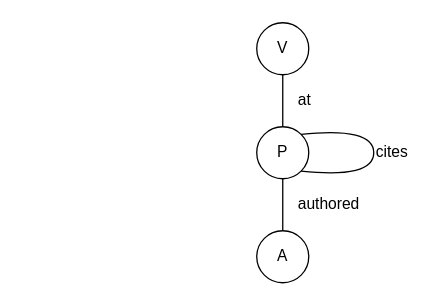
Before: scriptie/images/drawio/jm2017_undiced_pub_view.drawio in XibrenX/MasterThesis, a draw.io diagram. Source tidied: cells renumbered, new cells numbered last; positions are measured from the earlier drawing's top-left corner, leaving out a move shared by most shapes. Both pictures are drawn from the tidied source at 130%, with x=0, y=0 at pixel (256, 22).
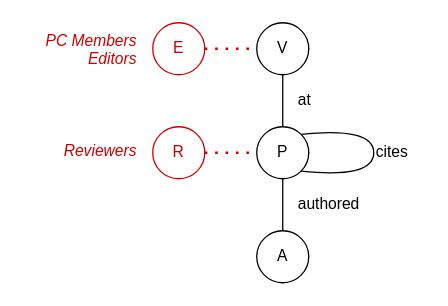
After the change.

The edit, as a diff of the source:
```diff
@@
 <mxGraphModel>
   <root>
     <mxCell id="0" />
     <mxCell id="1" parent="0" />
     <mxCell id="2" value="V" style="ellipse;whiteSpace=wrap;html=1;" parent="1" vertex="1">
       <mxGeometry width="40" height="40" as="geometry" />
     </mxCell>
     <mxCell id="3" value="P" style="ellipse;whiteSpace=wrap;html=1;" parent="1" vertex="1">
       <mxGeometry y="80" width="40" height="40" as="geometry" />
     </mxCell>
     <mxCell id="4" value="A" style="ellipse;whiteSpace=wrap;html=1;" parent="1" vertex="1">
       <mxGeometry y="160" width="40" height="40" as="geometry" />
     </mxCell>
     <mxCell id="5" style="endArrow=none;html=1;exitX=0.5;exitY=0;exitDx=0;exitDy=0;entryX=0.5;entryY=1;entryDx=0;entryDy=0;endFill=0;" parent="1" edge="1" source="4" target="3">
       <mxGeometry relative="1" as="geometry" />
     </mxCell>
     <mxCell id="6" value="authored" style="text;html=1;strokeColor=none;fillColor=none;align=left;verticalAlign=middle;whiteSpace=wrap;rounded=0;" parent="1" vertex="1">
       <mxGeometry x="30" y="130" width="40" height="20" as="geometry" />
     </mxCell>
     <mxCell id="7" style="curved=1;endArrow=none;html=1;exitX=1;exitY=1;exitDx=0;exitDy=0;entryX=1;entryY=0;entryDx=0;entryDy=0;endFill=0;" parent="1" edge="1" source="3" target="3">
       <mxGeometry relative="1" as="geometry">
         <Array as="points">
           <mxPoint x="90" y="120" />
           <mxPoint x="90" y="80" />
         </Array>
       </mxGeometry>
     </mxCell>
     <mxCell id="8" value="cites" style="text;html=1;strokeColor=none;fillColor=none;align=left;verticalAlign=middle;whiteSpace=wrap;rounded=0;" parent="1" vertex="1">
       <mxGeometry x="90" y="90" width="40" height="20" as="geometry" />
     </mxCell>
     <mxCell id="9" style="endArrow=none;html=1;exitX=0.5;exitY=0;exitDx=0;exitDy=0;entryX=0.5;entryY=1;entryDx=0;entryDy=0;endFill=0;" parent="1" edge="1" source="3" target="2">
       <mxGeometry relative="1" as="geometry" />
     </mxCell>
     <mxCell id="10" value="at" style="text;html=1;strokeColor=none;fillColor=none;align=left;verticalAlign=middle;whiteSpace=wrap;rounded=0;" parent="1" vertex="1">
       <mxGeometry x="30" y="50" width="40" height="20" as="geometry" />
     </mxCell>
+    <mxCell id="11" value="PC Members&lt;br&gt;Editors" style="rounded=0;whiteSpace=wrap;html=1;align=right;verticalAlign=top;fontStyle=2;strokeColor=none;fontColor=#CC0000;" parent="1" vertex="1">
+      <mxGeometry x="-180" width="90" height="40" as="geometry" />
+    </mxCell>
+    <mxCell id="12" value="Reviewers" style="rounded=0;whiteSpace=wrap;html=1;align=right;verticalAlign=top;strokeColor=none;fontStyle=2;fontColor=#CC0000;" parent="1" vertex="1">
+      <mxGeometry x="-180" y="85" width="90" height="30" as="geometry" />
+    </mxCell>
+    <mxCell id="13" value="E" style="ellipse;whiteSpace=wrap;html=1;align=center;verticalAlign=middle;fillColor=none;strokeColor=#CC0000;fontColor=#CC0000;" parent="1" vertex="1">
+      <mxGeometry x="-80" width="40" height="40" as="geometry" />
+    </mxCell>
+    <mxCell id="14" value="R" style="ellipse;whiteSpace=wrap;html=1;align=center;verticalAlign=middle;fontColor=#CC0000;fillColor=none;strokeColor=#CC0000;" parent="1" vertex="1">
+      <mxGeometry x="-80" y="80" width="40" height="40" as="geometry" />
+    </mxCell>
+    <mxCell id="15" style="endArrow=none;dashed=1;html=1;dashPattern=1 3;strokeWidth=2;fontColor=#CC0000;exitX=1;exitY=0.5;exitDx=0;exitDy=0;entryX=0;entryY=0.5;entryDx=0;entryDy=0;strokeColor=#CC0000;" parent="1" edge="1" source="13" target="2">
+      <mxGeometry relative="1" as="geometry" />
+    </mxCell>
+    <mxCell id="16" style="endArrow=none;dashed=1;html=1;dashPattern=1 3;strokeWidth=2;fontColor=#CC0000;exitX=1;exitY=0.5;exitDx=0;exitDy=0;entryX=0;entryY=0.5;entryDx=0;entryDy=0;strokeColor=#CC0000;" parent="1" edge="1" source="14" target="3">
+      <mxGeometry relative="1" as="geometry" />
+    </mxCell>
   </root>
 </mxGraphModel>
```
